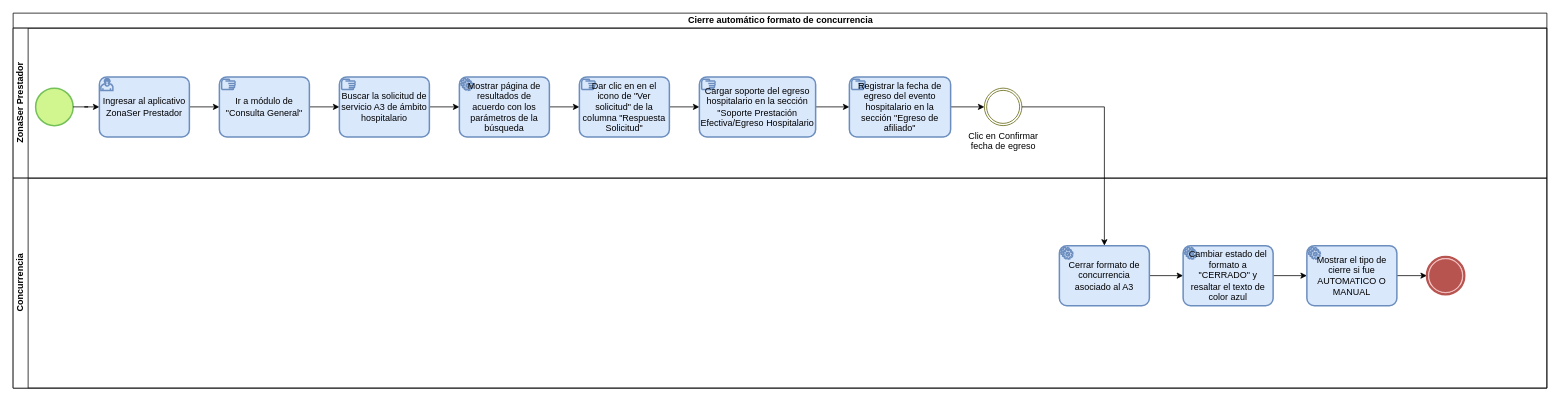
Earlier version of the draw.io diagram Cierre_automatico_formato_concurrencia.drawio (kevinjporto/Diagramas-de-procesos). Source tidied: cells renumbered, new cells numbered last; positions are measured from the earlier drawing's top-left corner, leaving out a move shared by most shapes. Both pictures are drawn from the tidied source at 75%, with x=0, y=0 at pixel (13, 13).
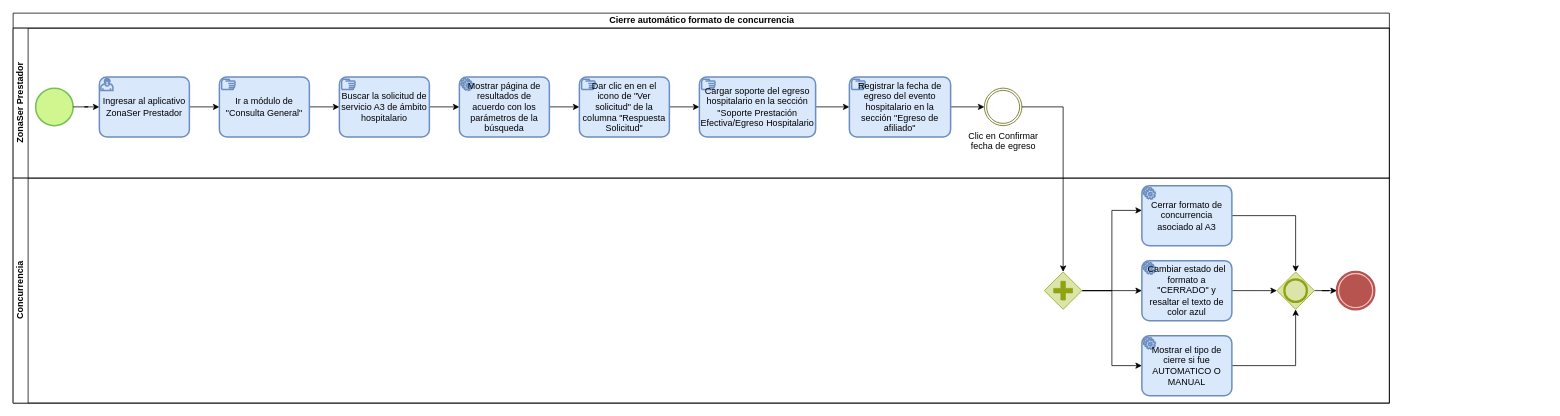
The same page after the edit.

Unchanged cells that the change refers to:
```xml
<mxCell id="20" value="Clic en Confirmar&lt;br&gt;fecha de egreso" style="points=[[0.145,0.145,0],[0.5,0,0],[0.855,0.145,0],[1,0.5,0],[0.855,0.855,0],[0.5,1,0],[0.145,0.855,0],[0,0.5,0]];shape=mxgraph.bpmn.event;html=1;verticalLabelPosition=bottom;labelBackgroundColor=#ffffff;verticalAlign=top;align=center;perimeter=ellipsePerimeter;outlineConnect=0;outline=throwing;symbol=general;fillColor=none;strokeColor=#5c5e03;strokeWidth=1;" parent="3" vertex="1">
  <mxGeometry x="1295" y="80" width="50" height="50" as="geometry" />
</mxCell>
```

The edit, as a diff of the source:
```diff
@@
     <mxCell id="2" value="Cierre automático formato de concurrencia" style="swimlane;horizontal=1;startSize=20;html=1;" parent="1" vertex="1">
-      <mxGeometry width="2045" height="500" as="geometry" />
+      <mxGeometry width="1835" height="520" as="geometry" />
     </mxCell>
     <mxCell id="3" value="ZonaSer Prestador" style="swimlane;startSize=20;horizontal=0;html=1;" parent="2" vertex="1">
-      <mxGeometry y="20" width="2045" height="200" as="geometry" />
+      <mxGeometry y="20" width="1835" height="200" as="geometry" />
     </mxCell>
@@
     <mxCell id="21" value="Concurrencia" style="swimlane;startSize=20;horizontal=0;html=1;" parent="2" vertex="1">
-      <mxGeometry y="220" width="2045" height="280" as="geometry" />
+      <mxGeometry y="220" width="1835" height="300" as="geometry" />
     </mxCell>
-    <mxCell id="22" style="edgeStyle=orthogonalEdgeStyle;rounded=0;jettySize=auto;html=1;" parent="21" edge="1" source="23" target="25">
-      <mxGeometry relative="1" as="geometry" />
-    </mxCell>
+    <mxCell id="30" style="edgeStyle=orthogonalEdgeStyle;rounded=0;jettySize=auto;html=1;" parent="21" edge="1" source="23" target="38">
+      <mxGeometry relative="1" as="geometry" />
+    </mxCell>
     <mxCell id="23" value="Cerrar formato de concurrencia asociado al A3" style="points=[[0.25,0,0],[0.5,0,0],[0.75,0,0],[1,0.25,0],[1,0.5,0],[1,0.75,0],[0.75,1,0],[0.5,1,0],[0.25,1,0],[0,0.75,0],[0,0.5,0],[0,0.25,0]];shape=mxgraph.bpmn.task;whiteSpace=wrap;rectStyle=rounded;size=10;html=1;taskMarker=service;fillColor=#dae8fc;strokeColor=#6c8ebf;labelBackgroundColor=none;strokeWidth=2;" parent="21" vertex="1">
-      <mxGeometry x="1395" y="90" width="120" height="80" as="geometry" />
+      <mxGeometry x="1505" y="10" width="120" height="80" as="geometry" />
     </mxCell>
-    <mxCell id="24" style="edgeStyle=orthogonalEdgeStyle;rounded=0;jettySize=auto;html=1;" parent="21" edge="1" source="25" target="27">
-      <mxGeometry relative="1" as="geometry" />
-    </mxCell>
+    <mxCell id="31" style="edgeStyle=orthogonalEdgeStyle;rounded=0;jettySize=auto;html=1;" parent="21" edge="1" source="25" target="38">
+      <mxGeometry relative="1" as="geometry" />
+    </mxCell>
     <mxCell id="25" value="Cambiar estado del formato a &quot;CERRADO&quot; y resaltar el texto de color azul" style="points=[[0.25,0,0],[0.5,0,0],[0.75,0,0],[1,0.25,0],[1,0.5,0],[1,0.75,0],[0.75,1,0],[0.5,1,0],[0.25,1,0],[0,0.75,0],[0,0.5,0],[0,0.25,0]];shape=mxgraph.bpmn.task;whiteSpace=wrap;rectStyle=rounded;size=10;html=1;taskMarker=service;fillColor=#dae8fc;strokeColor=#6c8ebf;labelBackgroundColor=none;strokeWidth=2;" parent="21" vertex="1">
-      <mxGeometry x="1560" y="90" width="120" height="80" as="geometry" />
+      <mxGeometry x="1505" y="110" width="120" height="80" as="geometry" />
     </mxCell>
-    <mxCell id="26" style="edgeStyle=orthogonalEdgeStyle;rounded=0;jettySize=auto;html=1;" parent="21" edge="1" source="27" target="28">
-      <mxGeometry relative="1" as="geometry" />
-    </mxCell>
+    <mxCell id="32" style="edgeStyle=orthogonalEdgeStyle;rounded=0;jettySize=auto;html=1;" parent="21" edge="1" source="27" target="38">
+      <mxGeometry relative="1" as="geometry" />
+    </mxCell>
     <mxCell id="27" value="Mostrar el tipo de cierre si fue AUTOMATICO O MANUAL" style="points=[[0.25,0,0],[0.5,0,0],[0.75,0,0],[1,0.25,0],[1,0.5,0],[1,0.75,0],[0.75,1,0],[0.5,1,0],[0.25,1,0],[0,0.75,0],[0,0.5,0],[0,0.25,0]];shape=mxgraph.bpmn.task;whiteSpace=wrap;rectStyle=rounded;size=10;html=1;taskMarker=service;fillColor=#dae8fc;strokeColor=#6c8ebf;labelBackgroundColor=none;strokeWidth=2;" parent="21" vertex="1">
-      <mxGeometry x="1725" y="90" width="120" height="80" as="geometry" />
+      <mxGeometry x="1505" y="210" width="120" height="80" as="geometry" />
     </mxCell>
     <mxCell id="28" style="points=[[0.145,0.145,0],[0.5,0,0],[0.855,0.145,0],[1,0.5,0],[0.855,0.855,0],[0.5,1,0],[0.145,0.855,0],[0,0.5,0]];shape=mxgraph.bpmn.event;html=1;verticalLabelPosition=bottom;labelBackgroundColor=#ffffff;verticalAlign=top;align=center;perimeter=ellipsePerimeter;outlineConnect=0;outline=end;symbol=terminate;fillColor=#f8cecc;strokeColor=#b85450;" parent="21" vertex="1">
-      <mxGeometry x="1885" y="105" width="50" height="50" as="geometry" />
+      <mxGeometry x="1765" y="125" width="50" height="50" as="geometry" />
     </mxCell>
-    <mxCell id="29" style="edgeStyle=orthogonalEdgeStyle;rounded=0;jettySize=auto;html=1;" parent="2" edge="1" source="20" target="23">
-      <mxGeometry relative="1" as="geometry" />
-    </mxCell>
+    <mxCell id="33" style="edgeStyle=orthogonalEdgeStyle;rounded=0;jettySize=auto;html=1;entryX=0;entryY=0.413;entryDx=0;entryDy=0;entryPerimeter=0;" parent="21" edge="1" source="36" target="23">
+      <mxGeometry relative="1" as="geometry" />
+    </mxCell>
+    <mxCell id="34" style="edgeStyle=orthogonalEdgeStyle;rounded=0;jettySize=auto;html=1;" parent="21" edge="1" source="36" target="25">
+      <mxGeometry relative="1" as="geometry" />
+    </mxCell>
+    <mxCell id="35" style="edgeStyle=orthogonalEdgeStyle;rounded=0;jettySize=auto;html=1;entryX=0;entryY=0.5;entryDx=0;entryDy=0;entryPerimeter=0;" parent="21" edge="1" source="36" target="27">
+      <mxGeometry relative="1" as="geometry" />
+    </mxCell>
+    <mxCell id="36" style="points=[[0.25,0.25,0],[0.5,0,0],[0.75,0.25,0],[1,0.5,0],[0.75,0.75,0],[0.5,1,0],[0.25,0.75,0],[0,0.5,0]];shape=mxgraph.bpmn.gateway2;html=1;verticalLabelPosition=bottom;labelBackgroundColor=#ffffff;verticalAlign=top;align=center;perimeter=rhombusPerimeter;outlineConnect=0;outline=none;symbol=none;gwType=parallel;fillColor=#dbe5a9;strokeColor=#91a210;" parent="21" vertex="1">
+      <mxGeometry x="1375" y="125" width="50" height="50" as="geometry" />
+    </mxCell>
+    <mxCell id="37" style="edgeStyle=orthogonalEdgeStyle;rounded=0;jettySize=auto;html=1;" parent="21" edge="1" source="38" target="28">
+      <mxGeometry relative="1" as="geometry" />
+    </mxCell>
+    <mxCell id="38" style="points=[[0.25,0.25,0],[0.5,0,0],[0.75,0.25,0],[1,0.5,0],[0.75,0.75,0],[0.5,1,0],[0.25,0.75,0],[0,0.5,0]];shape=mxgraph.bpmn.gateway2;html=1;verticalLabelPosition=bottom;labelBackgroundColor=#ffffff;verticalAlign=top;align=center;perimeter=rhombusPerimeter;outlineConnect=0;outline=end;symbol=general;fillColor=#dbe5a9;strokeColor=#91a210;" parent="21" vertex="1">
+      <mxGeometry x="1685" y="125" width="50" height="50" as="geometry" />
+    </mxCell>
+    <mxCell id="39" style="edgeStyle=orthogonalEdgeStyle;rounded=0;jettySize=auto;html=1;" parent="2" edge="1" source="20" target="36">
+      <mxGeometry relative="1" as="geometry" />
+    </mxCell>
```
